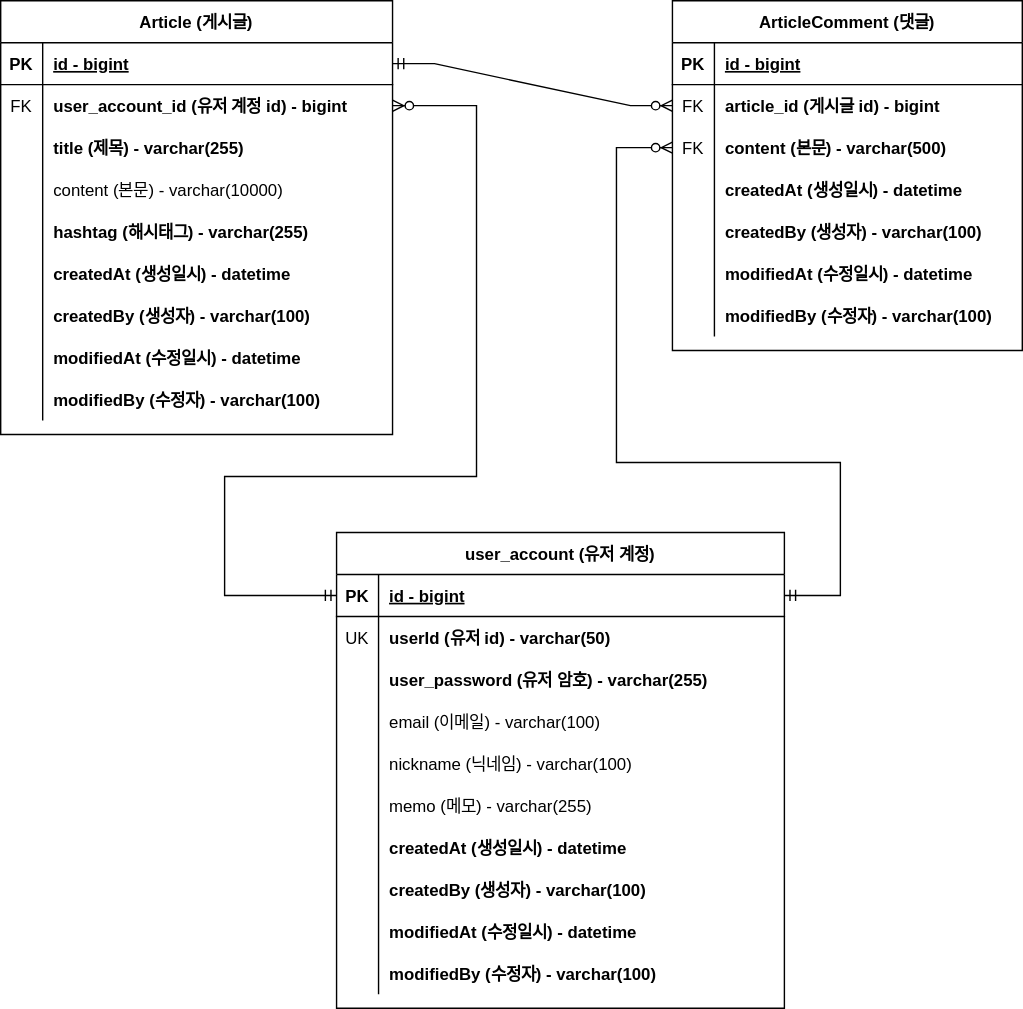
This is document/board-erd.svg from skskdmsdl/springboot-board, a draw.io export, as it was before one commit. Source tidied: cells renumbered, new cells last; positions are measured from the earlier drawing's top-left corner, leaving out a move shared by most shapes.
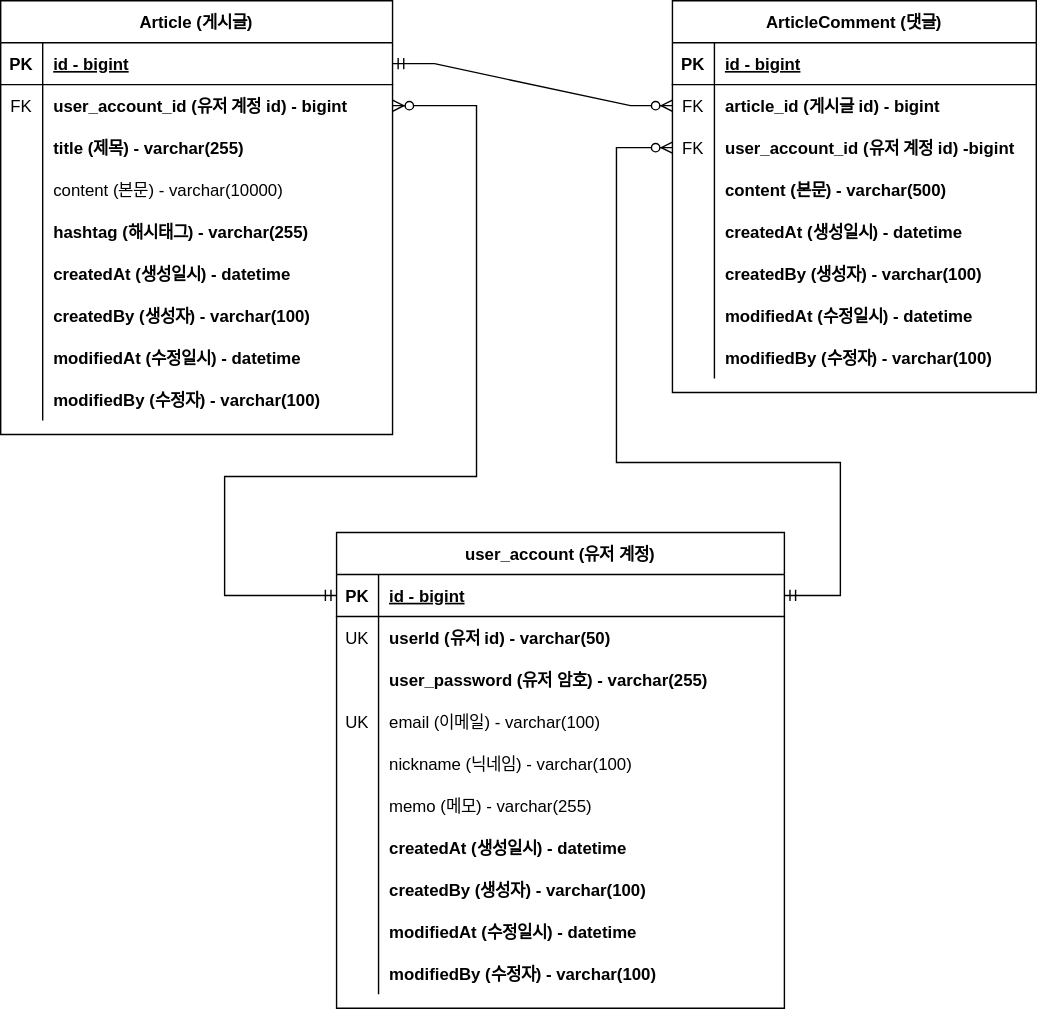
The same file after the commit.

Commit message:
#29 - erd 업데이트: 회원 계정 도메인의 이메일에 유니크 키 추가

Change to the diagram source:
```diff
@@ -3,71 +3,80 @@
     <mxCell id="0" />
     <mxCell id="1" parent="0" />
     <mxCell id="2" value="ArticleComment (댓글)" style="shape=table;startSize=30;rowLines=0;fontStyle=1;align=center;" parent="1" vertex="1">
-      <mxGeometry x="480" width="250" height="250" as="geometry" />
+      <mxGeometry x="480" width="260" height="280" as="geometry" />
     </mxCell>
     <mxCell id="3" style="shape=partialRectangle;fillColor=none;top=0;left=0;right=0;bottom=1;" parent="2" vertex="1">
-      <mxGeometry y="30" width="250" height="30" as="geometry" />
+      <mxGeometry y="30" width="260" height="30" as="geometry" />
     </mxCell>
     <mxCell id="4" value="PK" style="shape=partialRectangle;overflow=hidden;fillColor=none;top=0;left=0;bottom=0;right=0;fontStyle=1;" parent="3" vertex="1">
       <mxGeometry width="30" height="30" as="geometry" />
     </mxCell>
     <mxCell id="5" value="id - bigint" style="shape=partialRectangle;overflow=hidden;fillColor=none;top=0;left=0;bottom=0;right=0;align=left;spacingLeft=6;fontStyle=5;" parent="3" vertex="1">
-      <mxGeometry x="30" width="220" height="30" as="geometry" />
+      <mxGeometry x="30" width="230" height="30" as="geometry" />
     </mxCell>
     <mxCell id="6" style="shape=partialRectangle;fillColor=none;points=[[0,0.5],[1,0.5]];portConstraint=eastwest;top=0;left=0;right=0;bottom=0;" parent="2" vertex="1">
-      <mxGeometry y="60" width="250" height="30" as="geometry" />
+      <mxGeometry y="60" width="260" height="30" as="geometry" />
     </mxCell>
     <mxCell id="7" value="FK" style="shape=partialRectangle;overflow=hidden;fillColor=none;top=0;left=0;bottom=0;right=0;" parent="6" vertex="1">
       <mxGeometry width="30" height="30" as="geometry" />
     </mxCell>
     <mxCell id="8" value="article_id (게시글 id) - bigint" style="shape=partialRectangle;overflow=hidden;fillColor=none;top=0;left=0;bottom=0;right=0;align=left;spacingLeft=6;fontStyle=1;" parent="6" vertex="1">
-      <mxGeometry x="30" width="220" height="30" as="geometry" />
+      <mxGeometry x="30" width="230" height="30" as="geometry" />
     </mxCell>
     <mxCell id="9" style="shape=partialRectangle;fillColor=none;points=[[0,0.5],[1,0.5]];portConstraint=eastwest;top=0;left=0;right=0;bottom=0;" parent="2" vertex="1">
-      <mxGeometry y="90" width="250" height="30" as="geometry" />
+      <mxGeometry y="90" width="260" height="30" as="geometry" />
     </mxCell>
     <mxCell id="10" value="FK" style="shape=partialRectangle;overflow=hidden;fillColor=none;top=0;left=0;bottom=0;right=0;" parent="9" vertex="1">
       <mxGeometry width="30" height="30" as="geometry" />
     </mxCell>
-    <mxCell id="11" value="content (본문) - varchar(500)" style="shape=partialRectangle;overflow=hidden;fillColor=none;top=0;left=0;bottom=0;right=0;align=left;spacingLeft=6;fontStyle=1;" parent="9" vertex="1">
-      <mxGeometry x="30" width="220" height="30" as="geometry" />
+    <mxCell id="11" value="user_account_id (유저 계정 id) -bigint" style="shape=partialRectangle;overflow=hidden;fillColor=none;top=0;left=0;bottom=0;right=0;align=left;spacingLeft=6;fontStyle=1;" parent="9" vertex="1">
+      <mxGeometry x="30" width="230" height="30" as="geometry" />
     </mxCell>
     <mxCell id="12" style="shape=partialRectangle;fillColor=none;top=0;left=0;right=0;bottom=0;" parent="2" vertex="1">
-      <mxGeometry y="120" width="250" height="30" as="geometry" />
+      <mxGeometry y="120" width="260" height="30" as="geometry" />
     </mxCell>
     <mxCell id="13" style="shape=partialRectangle;overflow=hidden;fillColor=none;top=0;left=0;bottom=0;right=0;" parent="12" vertex="1">
       <mxGeometry width="30" height="30" as="geometry" />
     </mxCell>
-    <mxCell id="14" value="createdAt (생성일시) - datetime" style="shape=partialRectangle;overflow=hidden;fillColor=none;top=0;left=0;bottom=0;right=0;align=left;spacingLeft=6;fontStyle=1;" parent="12" vertex="1">
-      <mxGeometry x="30" width="220" height="30" as="geometry" />
+    <mxCell id="14" value="content (본문) - varchar(500)" style="shape=partialRectangle;overflow=hidden;fillColor=none;top=0;left=0;bottom=0;right=0;align=left;spacingLeft=6;fontStyle=1;" parent="12" vertex="1">
+      <mxGeometry x="30" width="230" height="30" as="geometry" />
     </mxCell>
     <mxCell id="15" style="shape=partialRectangle;fillColor=none;top=0;left=0;right=0;bottom=0;" parent="2" vertex="1">
-      <mxGeometry y="150" width="250" height="30" as="geometry" />
+      <mxGeometry y="150" width="260" height="30" as="geometry" />
     </mxCell>
     <mxCell id="16" style="shape=partialRectangle;overflow=hidden;fillColor=none;top=0;left=0;bottom=0;right=0;" parent="15" vertex="1">
       <mxGeometry width="30" height="30" as="geometry" />
     </mxCell>
-    <mxCell id="17" value="createdBy (생성자) - varchar(100)" style="shape=partialRectangle;overflow=hidden;fillColor=none;top=0;left=0;bottom=0;right=0;align=left;spacingLeft=6;fontStyle=1;" parent="15" vertex="1">
-      <mxGeometry x="30" width="220" height="30" as="geometry" />
+    <mxCell id="17" value="createdAt (생성일시) - datetime" style="shape=partialRectangle;overflow=hidden;fillColor=none;top=0;left=0;bottom=0;right=0;align=left;spacingLeft=6;fontStyle=1;" parent="15" vertex="1">
+      <mxGeometry x="30" width="230" height="30" as="geometry" />
     </mxCell>
     <mxCell id="18" style="shape=partialRectangle;fillColor=none;top=0;left=0;right=0;bottom=0;" parent="2" vertex="1">
-      <mxGeometry y="180" width="250" height="30" as="geometry" />
+      <mxGeometry y="180" width="260" height="30" as="geometry" />
     </mxCell>
     <mxCell id="19" style="shape=partialRectangle;overflow=hidden;fillColor=none;top=0;left=0;bottom=0;right=0;" parent="18" vertex="1">
       <mxGeometry width="30" height="30" as="geometry" />
     </mxCell>
-    <mxCell id="20" value="modifiedAt (수정일시) - datetime" style="shape=partialRectangle;overflow=hidden;fillColor=none;top=0;left=0;bottom=0;right=0;align=left;spacingLeft=6;fontStyle=1;" parent="18" vertex="1">
-      <mxGeometry x="30" width="220" height="30" as="geometry" />
+    <mxCell id="20" value="createdBy (생성자) - varchar(100)" style="shape=partialRectangle;overflow=hidden;fillColor=none;top=0;left=0;bottom=0;right=0;align=left;spacingLeft=6;fontStyle=1;" parent="18" vertex="1">
+      <mxGeometry x="30" width="230" height="30" as="geometry" />
     </mxCell>
     <mxCell id="21" style="shape=partialRectangle;fillColor=none;top=0;left=0;right=0;bottom=0;" parent="2" vertex="1">
-      <mxGeometry y="210" width="250" height="30" as="geometry" />
+      <mxGeometry y="210" width="260" height="30" as="geometry" />
     </mxCell>
     <mxCell id="22" style="shape=partialRectangle;overflow=hidden;fillColor=none;top=0;left=0;bottom=0;right=0;" parent="21" vertex="1">
       <mxGeometry width="30" height="30" as="geometry" />
     </mxCell>
-    <mxCell id="23" value="modifiedBy (수정자) - varchar(100)" style="shape=partialRectangle;overflow=hidden;fillColor=none;top=0;left=0;bottom=0;right=0;align=left;spacingLeft=6;fontStyle=1;" parent="21" vertex="1">
-      <mxGeometry x="30" width="220" height="30" as="geometry" />
+    <mxCell id="23" value="modifiedAt (수정일시) - datetime" style="shape=partialRectangle;overflow=hidden;fillColor=none;top=0;left=0;bottom=0;right=0;align=left;spacingLeft=6;fontStyle=1;" parent="21" vertex="1">
+      <mxGeometry x="30" width="230" height="30" as="geometry" />
     </mxCell>
+    <mxCell id="86" style="shape=partialRectangle;fillColor=none;top=0;left=0;right=0;bottom=0;" parent="2" vertex="1">
+      <mxGeometry y="240" width="260" height="30" as="geometry" />
+    </mxCell>
+    <mxCell id="87" style="shape=partialRectangle;overflow=hidden;fillColor=none;top=0;left=0;bottom=0;right=0;" parent="86" vertex="1">
+      <mxGeometry width="30" height="30" as="geometry" />
+    </mxCell>
+    <mxCell id="88" value="modifiedBy (수정자) - varchar(100)" style="shape=partialRectangle;overflow=hidden;fillColor=none;top=0;left=0;bottom=0;right=0;align=left;spacingLeft=6;fontStyle=1;" parent="86" vertex="1">
+      <mxGeometry x="30" width="230" height="30" as="geometry" />
+    </mxCell>
     <mxCell id="24" value="Article (게시글)" style="shape=table;startSize=30;rowLines=0;fontStyle=1;align=center;" parent="1" vertex="1">
       <mxGeometry width="280" height="310" as="geometry" />
     </mxCell>
@@ -188,7 +197,7 @@
     <mxCell id="63" style="shape=partialRectangle;fillColor=none;top=0;left=0;right=0;bottom=0;fontStyle=1;" parent="53" vertex="1">
       <mxGeometry y="120" width="320" height="30" as="geometry" />
     </mxCell>
-    <mxCell id="64" style="shape=partialRectangle;overflow=hidden;fillColor=none;top=0;left=0;bottom=0;right=0;" parent="63" vertex="1">
+    <mxCell id="64" value="UK" style="shape=partialRectangle;overflow=hidden;fillColor=none;top=0;left=0;bottom=0;right=0;" parent="63" vertex="1">
       <mxGeometry width="30" height="30" as="geometry" />
     </mxCell>
     <mxCell id="65" value="email (이메일) - varchar(100)" style="shape=partialRectangle;overflow=hidden;fillColor=none;top=0;left=0;bottom=0;right=0;align=left;spacingLeft=6;fontStyle=0;" parent="63" vertex="1">
```
